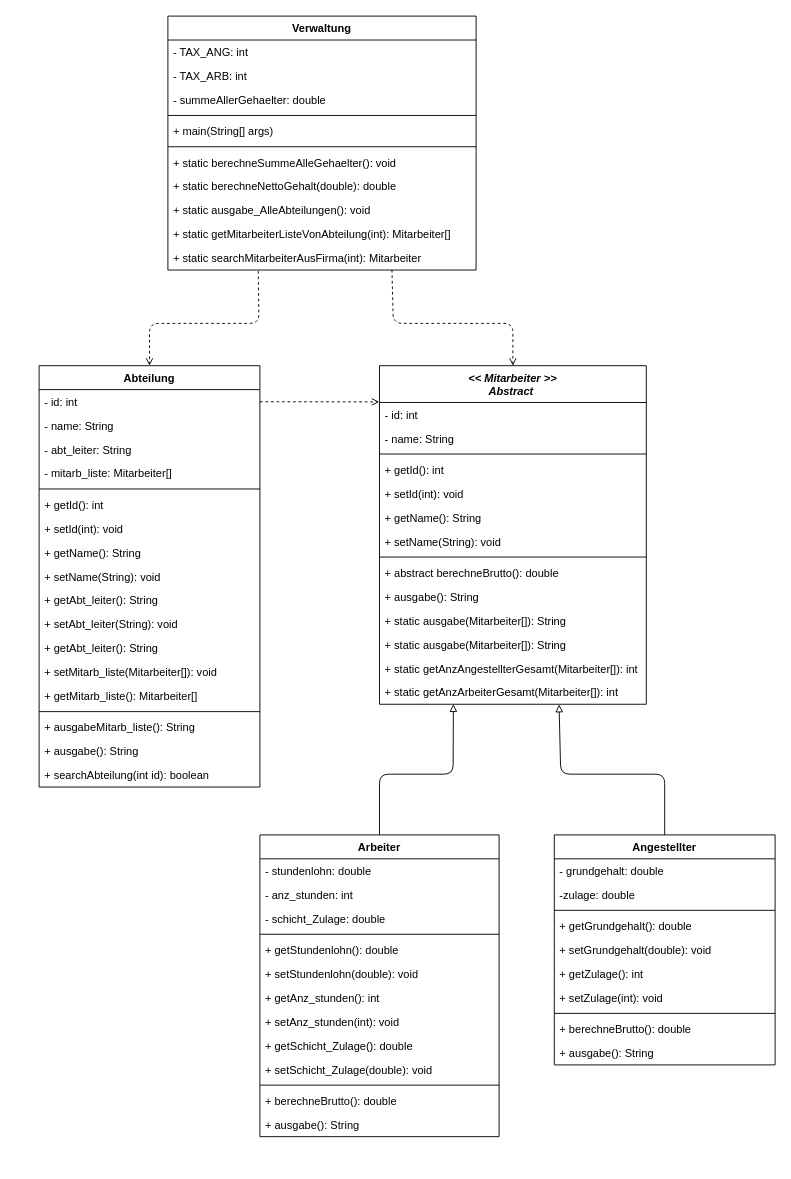
Earlier version of the draw.io diagram FirmaV3_ClassDiagram.drawio (mbalabanov/ClassDiagramFirmaV3). Source tidied: cells renumbered, new cells numbered last; positions are measured from the earlier drawing's top-left corner, leaving out a move shared by most shapes. Both pictures are drawn from the tidied source at 92%, with x=0, y=0 at pixel (39, 16).
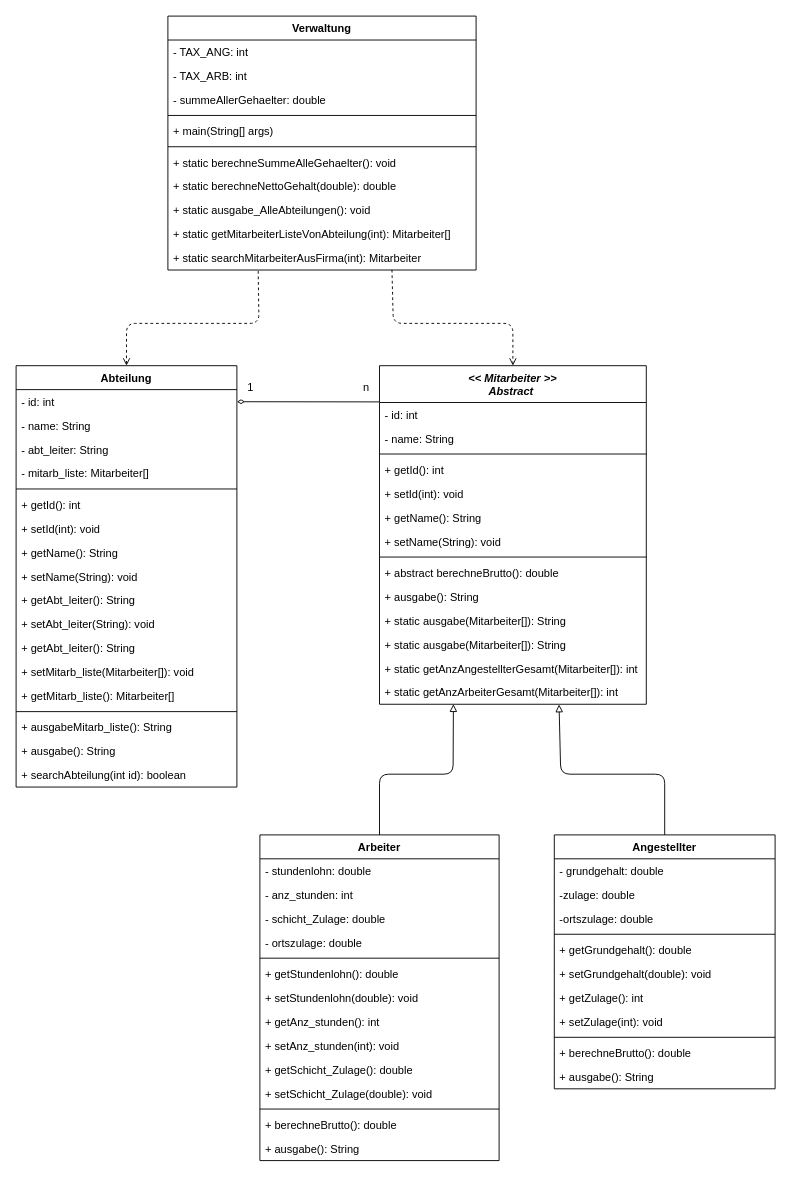
The same diagram, later.

Unchanged cells that the change refers to:
```xml
<mxCell id="3" value="- id: int" style="text;strokeColor=none;fillColor=none;align=left;verticalAlign=top;spacingLeft=4;spacingRight=4;overflow=hidden;points=[[0,0.5],[1,0.5]];portConstraint=eastwest;" parent="2" vertex="1">
  <mxGeometry y="40" width="290" height="26" as="geometry" />
</mxCell>
<mxCell id="57" value="+ static searchMitarbeiterAusFirma(int): Mitarbeiter" style="text;strokeColor=none;fillColor=none;align=left;verticalAlign=top;spacingLeft=4;spacingRight=4;overflow=hidden;points=[[0,0.5],[1,0.5]];portConstraint=eastwest;" parent="46" vertex="1">
  <mxGeometry y="250" width="335" height="26" as="geometry" />
</mxCell>
<mxCell id="59" value="- id: int" style="text;strokeColor=none;fillColor=none;align=left;verticalAlign=top;spacingLeft=4;spacingRight=4;overflow=hidden;points=[[0,0.5],[1,0.5]];portConstraint=eastwest;" parent="58" vertex="1">
  <mxGeometry y="26" width="240" height="26" as="geometry" />
</mxCell>
```

Diff of the diagram source:
```diff
@@
     <mxCell id="18" value="Arbeiter" style="swimlane;fontStyle=1;align=center;verticalAlign=top;horizontal=1;startSize=26;" parent="1" vertex="1">
-      <mxGeometry x="240" y="890" width="260" height="328" as="geometry" />
+      <mxGeometry x="240" y="890" width="260" height="354" as="geometry" />
     </mxCell>
@@
+    <mxCell id="78" value="- ortszulage: double" style="text;strokeColor=none;fillColor=none;align=left;verticalAlign=top;spacingLeft=4;spacingRight=4;overflow=hidden;" parent="18" vertex="1">
+      <mxGeometry y="104" width="260" height="26" as="geometry" />
+    </mxCell>
     <mxCell id="22" style="line;strokeWidth=1;fillColor=none;align=left;verticalAlign=middle;spacingTop=-1;spacingLeft=3;spacingRight=3;labelPosition=right;strokeColor=inherit;" parent="18" vertex="1">
-      <mxGeometry y="104" width="260" height="8" as="geometry" />
+      <mxGeometry y="130" width="260" height="8" as="geometry" />
     </mxCell>
     <mxCell id="23" value="+ getStundenlohn(): double" style="text;strokeColor=none;fillColor=none;align=left;verticalAlign=top;spacingLeft=4;spacingRight=4;overflow=hidden;" parent="18" vertex="1">
-      <mxGeometry y="112" width="260" height="26" as="geometry" />
+      <mxGeometry y="138" width="260" height="26" as="geometry" />
     </mxCell>
     <mxCell id="24" value="+ setStundenlohn(double): void" style="text;strokeColor=none;fillColor=none;align=left;verticalAlign=top;spacingLeft=4;spacingRight=4;overflow=hidden;" parent="18" vertex="1">
-      <mxGeometry y="138" width="260" height="26" as="geometry" />
+      <mxGeometry y="164" width="260" height="26" as="geometry" />
     </mxCell>
     <mxCell id="25" value="+ getAnz_stunden(): int" style="text;strokeColor=none;fillColor=none;align=left;verticalAlign=top;spacingLeft=4;spacingRight=4;overflow=hidden;" parent="18" vertex="1">
-      <mxGeometry y="164" width="260" height="26" as="geometry" />
+      <mxGeometry y="190" width="260" height="26" as="geometry" />
     </mxCell>
     <mxCell id="26" value="+ setAnz_stunden(int): void" style="text;strokeColor=none;fillColor=none;align=left;verticalAlign=top;spacingLeft=4;spacingRight=4;overflow=hidden;" parent="18" vertex="1">
-      <mxGeometry y="190" width="260" height="26" as="geometry" />
+      <mxGeometry y="216" width="260" height="26" as="geometry" />
     </mxCell>
     <mxCell id="27" value="+ getSchicht_Zulage(): double" style="text;strokeColor=none;fillColor=none;align=left;verticalAlign=top;spacingLeft=4;spacingRight=4;overflow=hidden;" parent="18" vertex="1">
-      <mxGeometry y="216" width="260" height="26" as="geometry" />
+      <mxGeometry y="242" width="260" height="26" as="geometry" />
     </mxCell>
     <mxCell id="28" value="+ setSchicht_Zulage(double): void" style="text;strokeColor=none;fillColor=none;align=left;verticalAlign=top;spacingLeft=4;spacingRight=4;overflow=hidden;" parent="18" vertex="1">
-      <mxGeometry y="242" width="260" height="26" as="geometry" />
+      <mxGeometry y="268" width="260" height="26" as="geometry" />
     </mxCell>
     <mxCell id="29" style="line;strokeWidth=1;fillColor=none;align=left;verticalAlign=middle;spacingTop=-1;spacingLeft=3;spacingRight=3;labelPosition=right;strokeColor=inherit;" parent="18" vertex="1">
-      <mxGeometry y="268" width="260" height="8" as="geometry" />
+      <mxGeometry y="294" width="260" height="8" as="geometry" />
     </mxCell>
     <mxCell id="30" value="+ berechneBrutto(): double" style="text;strokeColor=none;fillColor=none;align=left;verticalAlign=top;spacingLeft=4;spacingRight=4;overflow=hidden;" parent="18" vertex="1">
-      <mxGeometry y="276" width="260" height="26" as="geometry" />
+      <mxGeometry y="302" width="260" height="26" as="geometry" />
     </mxCell>
     <mxCell id="31" value="+ ausgabe(): String" style="text;strokeColor=none;fillColor=none;align=left;verticalAlign=top;spacingLeft=4;spacingRight=4;overflow=hidden;" parent="18" vertex="1">
-      <mxGeometry y="302" width="260" height="26" as="geometry" />
+      <mxGeometry y="328" width="260" height="26" as="geometry" />
     </mxCell>
@@
     <mxCell id="33" value="Angestellter" style="swimlane;fontStyle=1;align=center;verticalAlign=top;horizontal=1;startSize=26;" parent="1" vertex="1">
-      <mxGeometry x="560" y="890" width="240" height="250" as="geometry" />
+      <mxGeometry x="560" y="890" width="240" height="276" as="geometry" />
     </mxCell>
@@
+    <mxCell id="79" value="-ortszulage: double" style="text;strokeColor=none;fillColor=none;align=left;verticalAlign=top;spacingLeft=4;spacingRight=4;overflow=hidden;" parent="33" vertex="1">
+      <mxGeometry y="78" width="240" height="26" as="geometry" />
+    </mxCell>
     <mxCell id="36" style="line;strokeWidth=1;fillColor=none;align=left;verticalAlign=middle;spacingTop=-1;spacingLeft=3;spacingRight=3;labelPosition=right;strokeColor=inherit;" parent="33" vertex="1">
-      <mxGeometry y="78" width="240" height="8" as="geometry" />
+      <mxGeometry y="104" width="240" height="8" as="geometry" />
     </mxCell>
     <mxCell id="37" value="+ getGrundgehalt(): double" style="text;strokeColor=none;fillColor=none;align=left;verticalAlign=top;spacingLeft=4;spacingRight=4;overflow=hidden;" parent="33" vertex="1">
-      <mxGeometry y="86" width="240" height="26" as="geometry" />
+      <mxGeometry y="112" width="240" height="26" as="geometry" />
     </mxCell>
     <mxCell id="38" value="+ setGrundgehalt(double): void" style="text;strokeColor=none;fillColor=none;align=left;verticalAlign=top;spacingLeft=4;spacingRight=4;overflow=hidden;" parent="33" vertex="1">
-      <mxGeometry y="112" width="240" height="26" as="geometry" />
+      <mxGeometry y="138" width="240" height="26" as="geometry" />
     </mxCell>
     <mxCell id="39" value="+ getZulage(): int" style="text;strokeColor=none;fillColor=none;align=left;verticalAlign=top;spacingLeft=4;spacingRight=4;overflow=hidden;" parent="33" vertex="1">
-      <mxGeometry y="138" width="240" height="26" as="geometry" />
+      <mxGeometry y="164" width="240" height="26" as="geometry" />
     </mxCell>
     <mxCell id="40" value="+ setZulage(int): void" style="text;strokeColor=none;fillColor=none;align=left;verticalAlign=top;spacingLeft=4;spacingRight=4;overflow=hidden;" parent="33" vertex="1">
-      <mxGeometry y="164" width="240" height="26" as="geometry" />
+      <mxGeometry y="190" width="240" height="26" as="geometry" />
     </mxCell>
     <mxCell id="41" style="line;strokeWidth=1;fillColor=none;align=left;verticalAlign=middle;spacingTop=-1;spacingLeft=3;spacingRight=3;labelPosition=right;strokeColor=inherit;" parent="33" vertex="1">
-      <mxGeometry y="190" width="240" height="8" as="geometry" />
+      <mxGeometry y="216" width="240" height="8" as="geometry" />
     </mxCell>
     <mxCell id="42" value="+ berechneBrutto(): double" style="text;strokeColor=none;fillColor=none;align=left;verticalAlign=top;spacingLeft=4;spacingRight=4;overflow=hidden;" parent="33" vertex="1">
-      <mxGeometry y="198" width="240" height="26" as="geometry" />
+      <mxGeometry y="224" width="240" height="26" as="geometry" />
     </mxCell>
     <mxCell id="43" value="+ ausgabe(): String" style="text;strokeColor=none;fillColor=none;align=left;verticalAlign=top;spacingLeft=4;spacingRight=4;overflow=hidden;" parent="33" vertex="1">
-      <mxGeometry y="224" width="240" height="26" as="geometry" />
+      <mxGeometry y="250" width="240" height="26" as="geometry" />
     </mxCell>
@@
     <mxCell id="45" style="edgeStyle=none;html=1;entryX=0.5;entryY=0;entryDx=0;entryDy=0;exitX=0.293;exitY=1.04;exitDx=0;exitDy=0;exitPerimeter=0;endArrow=open;endFill=0;dashed=1;" parent="1" edge="1" source="57" target="58">
       <mxGeometry relative="1" as="geometry">
         <Array as="points">
           <mxPoint x="239" y="334" />
-          <mxPoint x="120" y="334" />
+          <mxPoint x="95" y="334" />
         </Array>
       </mxGeometry>
     </mxCell>
@@
     <mxCell id="58" value="Abteilung" style="swimlane;fontStyle=1;align=center;verticalAlign=top;horizontal=1;startSize=26;" parent="1" vertex="1">
-      <mxGeometry y="380" width="240" height="458" as="geometry" />
+      <mxGeometry x="-25" y="380" width="240" height="458" as="geometry" />
     </mxCell>
@@
-    <mxCell id="77" style="edgeStyle=none;html=1;entryX=-0.001;entryY=-0.025;entryDx=0;entryDy=0;entryPerimeter=0;dashed=1;endArrow=open;endFill=0;" parent="1" edge="1" source="59" target="3">
+    <mxCell id="77" style="edgeStyle=none;html=1;entryX=-0.001;entryY=-0.025;entryDx=0;entryDy=0;entryPerimeter=0;endArrow=none;endFill=0;startArrow=diamondThin;startFill=0;" parent="1" edge="1" source="59" target="3">
       <mxGeometry relative="1" as="geometry" />
     </mxCell>
+    <mxCell id="80" value="1" style="text;html=1;strokeColor=none;fillColor=none;align=center;verticalAlign=middle;whiteSpace=wrap;rounded=0;" parent="1" vertex="1">
+      <mxGeometry x="215" y="389" width="30" height="30" as="geometry" />
+    </mxCell>
+    <mxCell id="81" value="n" style="text;html=1;strokeColor=none;fillColor=none;align=center;verticalAlign=middle;whiteSpace=wrap;rounded=0;" parent="1" vertex="1">
+      <mxGeometry x="341" y="389" width="30" height="30" as="geometry" />
+    </mxCell>
```
